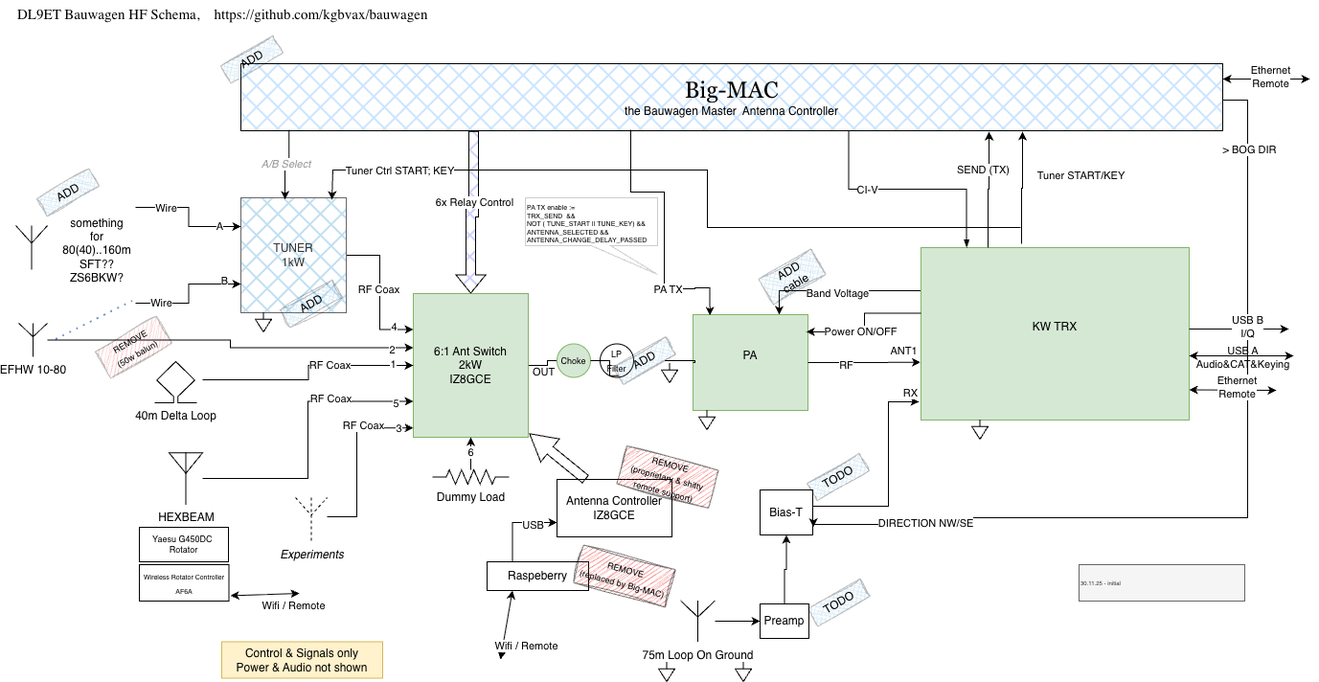
Above: BauwagenHF.drawio.png in kgbvax/bauwagen (draw.io), before the change. Source tidied: cells renumbered, new cells last; positions are measured from the earlier drawing's top-left corner, leaving out a move shared by most shapes.
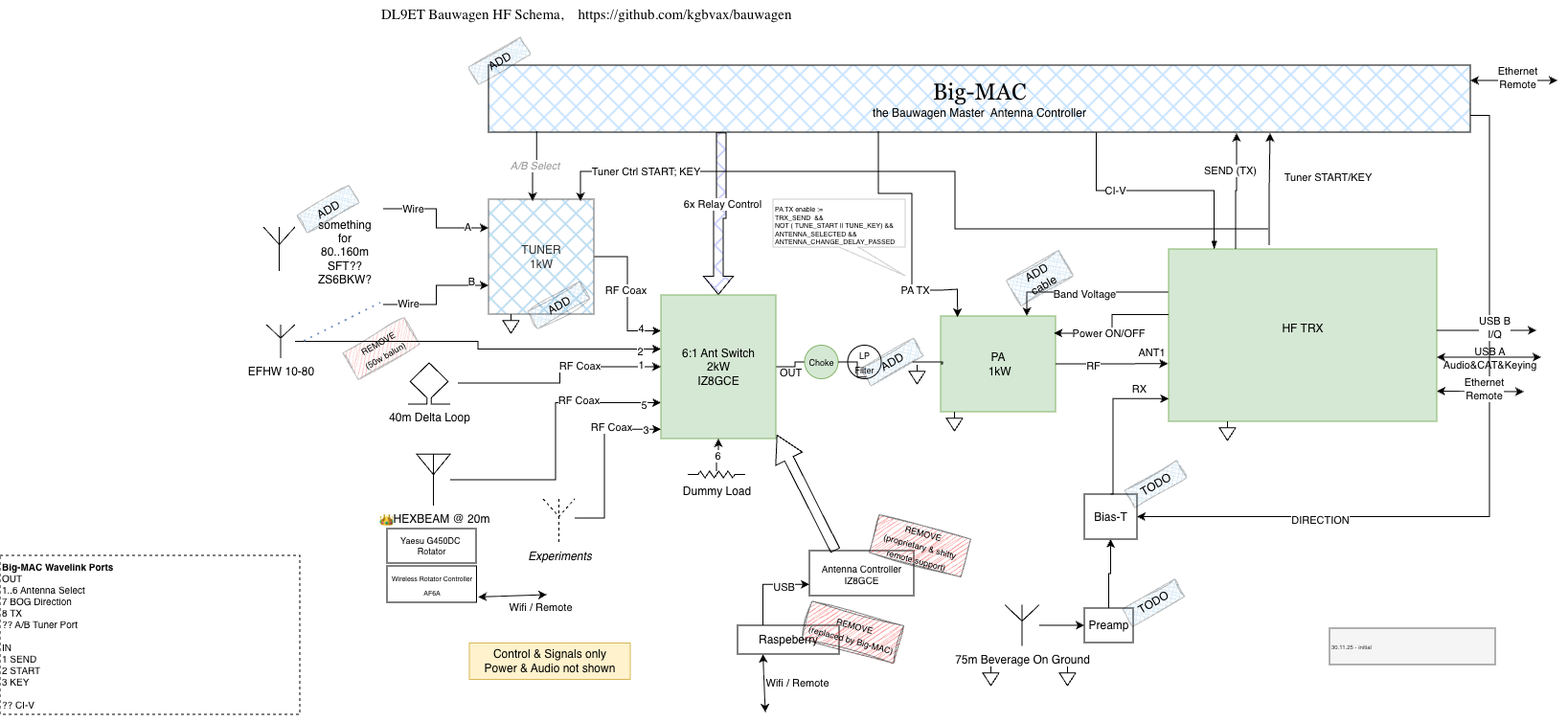
The same file after the commit.

Change to the diagram source:
```diff
@@ -8,7 +8,7 @@
     <mxCell id="3" value="Band Voltage" style="edgeLabel;html=1;align=center;verticalAlign=middle;" parent="2" vertex="1">
       <mxGeometry x="0.02" y="2" relative="1" as="geometry" />
     </mxCell>
-    <mxCell id="4" value="KW TRX&lt;div&gt;&lt;br/&gt;&lt;/div&gt;" style="rounded=0;whiteSpace=wrap;html=1;fillColor=#d5e8d4;strokeColor=#82b366;points=[[0,0,0,0,0],[0,0.25,0,0,0],[0,0.5,0,0,0],[0,0.75,0,0,0],[0,1,0,0,0],[0.17,0,0,0,0],[0.25,0,0,0,0],[0.25,1,0,0,0],[0.33,0,0,0,0],[0.42,0,0,0,0],[0.5,0,0,0,0],[0.5,1,0,0,0],[0.6,0,0,0,0],[0.67,0,0,0,0],[0.75,0,0,0,0],[0.75,1,0,0,0],[1,0,0,0,0],[1,0.25,0,0,0],[1,0.5,0,0,0],[1,0.75,0,0,0],[1,1,0,0,0]];" parent="1" vertex="1">
+    <mxCell id="4" value="HF TRX&lt;div&gt;&lt;br&gt;&lt;/div&gt;" style="rounded=0;whiteSpace=wrap;html=1;fillColor=#d5e8d4;strokeColor=#82b366;points=[[0,0,0,0,0],[0,0.25,0,0,0],[0,0.5,0,0,0],[0,0.75,0,0,0],[0,1,0,0,0],[0.17,0,0,0,0],[0.25,0,0,0,0],[0.25,1,0,0,0],[0.33,0,0,0,0],[0.42,0,0,0,0],[0.5,0,0,0,0],[0.5,1,0,0,0],[0.6,0,0,0,0],[0.67,0,0,0,0],[0.75,0,0,0,0],[0.75,1,0,0,0],[1,0,0,0,0],[1,0.25,0,0,0],[1,0.5,0,0,0],[1,0.75,0,0,0],[1,1,0,0,0]];" parent="1" vertex="1">
       <mxGeometry x="945" y="258" width="280" height="180" as="geometry" />
     </mxCell>
     <mxCell id="5" style="edgeStyle=orthogonalEdgeStyle;rounded=0;jettySize=auto;html=1;entryX=0;entryY=0.5;entryDx=0;entryDy=0;endArrow=none;endFill=0;" parent="1" edge="1" source="7" target="70">
@@ -22,10 +22,16 @@
     <mxCell id="7" value="6:1 Ant Switch&lt;br&gt;2kW&lt;div&gt;IZ8GCE&lt;/div&gt;" style="rounded=0;whiteSpace=wrap;html=1;fillColor=#d5e8d4;strokeColor=#82b366;" parent="1" vertex="1">
       <mxGeometry x="415" y="306" width="120" height="150" as="geometry" />
     </mxCell>
+    <mxCell id="54" style="edgeStyle=orthogonalEdgeStyle;rounded=0;jettySize=auto;html=1;exitX=1;exitY=0.75;exitDx=0;exitDy=0;entryX=1;entryY=0.5;entryDx=0;entryDy=0;" parent="1" edge="1" source="8" target="39">
+      <mxGeometry relative="1" as="geometry" />
+    </mxCell>
+    <mxCell id="113" value="DIRECTION" style="edgeLabel;html=1;align=center;verticalAlign=middle;" parent="54" vertex="1">
+      <mxGeometry x="0.53" y="3" relative="1" as="geometry" />
+    </mxCell>
     <mxCell id="8" value="&lt;font face=&quot;Georgia&quot; style=&quot;font-size: 24px;&quot;&gt;Big-MAC&lt;br&gt;&lt;/font&gt;the Bauwagen Master&amp;nbsp; Antenna Controller" style="rounded=0;whiteSpace=wrap;html=1;fillStyle=cross-hatch;fillColor=#3399FF;" parent="1" vertex="1">
       <mxGeometry x="235" y="66" width="1025" height="70" as="geometry" />
     </mxCell>
-    <mxCell id="9" value="PA&lt;br&gt;&amp;nbsp;" style="rounded=0;whiteSpace=wrap;html=1;fillColor=#d5e8d4;strokeColor=#82b366;" parent="1" vertex="1">
+    <mxCell id="9" value="PA&lt;br&gt;&amp;nbsp;1kW" style="rounded=0;whiteSpace=wrap;html=1;fillColor=#d5e8d4;strokeColor=#82b366;" parent="1" vertex="1">
       <mxGeometry x="707" y="328" width="120" height="100" as="geometry" />
     </mxCell>
     <mxCell id="10" style="edgeStyle=orthogonalEdgeStyle;rounded=0;jettySize=auto;html=1;entryX=0;entryY=0.25;entryDx=0;entryDy=0;" parent="1" edge="1" source="13" target="7">
@@ -66,7 +72,7 @@
     </mxCell>
     <mxCell id="20" style="edgeStyle=orthogonalEdgeStyle;rounded=0;jettySize=auto;html=1;" parent="1" edge="1" target="7">
       <mxGeometry relative="1" as="geometry">
-        <mxPoint x="195" y="396" as="sourcePoint" />
+        <mxPoint x="203" y="398" as="sourcePoint" />
       </mxGeometry>
     </mxCell>
     <mxCell id="21" value="1" style="edgeLabel;html=1;align=center;verticalAlign=middle;" parent="20" vertex="1">
@@ -86,7 +92,7 @@
     <mxCell id="25" value="RF Coax" style="edgeLabel;html=1;align=center;verticalAlign=middle;" parent="23" vertex="1">
       <mxGeometry x="0.43" y="3" relative="1" as="geometry" />
     </mxCell>
-    <mxCell id="26" value="HEXBEAM" style="verticalLabelPosition=bottom;shadow=0;dashed=0;align=center;html=1;verticalAlign=top;shape=mxgraph.electrical.radio.aerial_-_antenna_2;" parent="1" vertex="1">
+    <mxCell id="26" value="&amp;nbsp;👑HEXBEAM @ 20m&amp;nbsp;" style="verticalLabelPosition=bottom;shadow=0;dashed=0;align=center;html=1;verticalAlign=top;shape=mxgraph.electrical.radio.aerial_-_antenna_2;" parent="1" vertex="1">
       <mxGeometry x="160" y="472" width="35" height="54" as="geometry" />
     </mxCell>
     <mxCell id="27" style="edgeStyle=orthogonalEdgeStyle;rounded=0;jettySize=auto;html=1;entryX=-0.002;entryY=0.665;entryDx=0;entryDy=0;entryPerimeter=0;" parent="1" edge="1" source="9" target="4">
@@ -107,40 +113,40 @@
       <mxGeometry x="-0.08" y="-1" relative="1" as="geometry" />
     </mxCell>
     <mxCell id="32" value="Dummy Load" style="verticalLabelPosition=bottom;shadow=0;dashed=0;align=center;html=1;verticalAlign=top;shape=mxgraph.electrical.resistors.resistor_2;" parent="1" vertex="1">
-      <mxGeometry x="435" y="490" width="80" height="15" as="geometry" />
+      <mxGeometry x="443" y="490" width="60" height="7" as="geometry" />
     </mxCell>
-    <mxCell id="33" value="something for 80(40)..160m&lt;div&gt;&lt;div&gt;SFT??&lt;/div&gt;&lt;/div&gt;&lt;div&gt;ZS6BKW?&lt;/div&gt;" style="text;html=1;whiteSpace=wrap;strokeColor=none;fillColor=none;align=center;verticalAlign=middle;rounded=0;" parent="1" vertex="1">
+    <mxCell id="33" value="something for 80..160m&lt;div&gt;&lt;div&gt;SFT??&lt;/div&gt;&lt;/div&gt;&lt;div&gt;ZS6BKW?&lt;/div&gt;" style="text;html=1;whiteSpace=wrap;strokeColor=none;fillColor=none;align=center;verticalAlign=middle;rounded=0;" parent="1" vertex="1">
       <mxGeometry x="55" y="246" width="60" height="30" as="geometry" />
     </mxCell>
     <mxCell id="34" value="40m Delta Loop" style="verticalLabelPosition=bottom;shadow=0;dashed=0;align=center;html=1;verticalAlign=top;shape=mxgraph.electrical.miscellaneous.loop_antenna;" parent="1" vertex="1">
-      <mxGeometry x="145" y="377" width="44" height="43" as="geometry" />
+      <mxGeometry x="151" y="377" width="44" height="43" as="geometry" />
     </mxCell>
     <mxCell id="35" style="edgeStyle=orthogonalEdgeStyle;rounded=0;jettySize=auto;html=1;entryX=0;entryY=0.5;entryDx=0;entryDy=0;" parent="1" edge="1" source="36" target="38">
       <mxGeometry relative="1" as="geometry" />
     </mxCell>
-    <mxCell id="36" value="75m Loop On Ground" style="verticalLabelPosition=bottom;shadow=0;dashed=0;align=center;html=1;verticalAlign=top;shape=mxgraph.electrical.radio.aerial_-_antenna_1;" parent="1" vertex="1">
-      <mxGeometry x="694" y="626.5" width="36" height="43" as="geometry" />
+    <mxCell id="36" value="75m Beverage On Ground" style="verticalLabelPosition=bottom;shadow=0;dashed=0;align=center;html=1;verticalAlign=top;shape=mxgraph.electrical.radio.aerial_-_antenna_1;" parent="1" vertex="1">
+      <mxGeometry x="774" y="629.5" width="36" height="43" as="geometry" />
     </mxCell>
     <mxCell id="37" style="edgeStyle=orthogonalEdgeStyle;rounded=0;jettySize=auto;html=1;" parent="1" edge="1" source="38" target="39">
       <mxGeometry relative="1" as="geometry" />
     </mxCell>
     <mxCell id="38" value="Preamp" style="rounded=0;whiteSpace=wrap;html=1;" parent="1" vertex="1">
-      <mxGeometry x="777" y="630" width="51" height="36" as="geometry" />
+      <mxGeometry x="857" y="633" width="51" height="36" as="geometry" />
     </mxCell>
     <mxCell id="39" value="Bias-T" style="rounded=0;whiteSpace=wrap;html=1;" parent="1" vertex="1">
-      <mxGeometry x="777" y="511" width="55" height="47" as="geometry" />
+      <mxGeometry x="857" y="514" width="55" height="47" as="geometry" />
     </mxCell>
-    <mxCell id="40" style="edgeStyle=orthogonalEdgeStyle;rounded=0;jettySize=auto;html=1;entryX=-0.007;entryY=0.894;entryDx=0;entryDy=0;entryPerimeter=0;" parent="1" edge="1" source="39" target="4">
+    <mxCell id="40" style="edgeStyle=orthogonalEdgeStyle;rounded=0;jettySize=auto;html=1;entryX=0.001;entryY=0.868;entryDx=0;entryDy=0;entryPerimeter=0;exitX=0.5;exitY=0;exitDx=0;exitDy=0;" parent="1" edge="1" source="39" target="4">
       <mxGeometry relative="1" as="geometry">
         <Array as="points">
-          <mxPoint x="911" y="528" />
-          <mxPoint x="911" y="419" />
+          <mxPoint x="887" y="514" />
+          <mxPoint x="887" y="414" />
         </Array>
       </mxGeometry>
     </mxCell>
     <mxCell id="41" value="RX" style="edgeLabel;html=1;align=center;verticalAlign=middle;" parent="40" vertex="1">
       <mxGeometry x="0.51" y="-3" relative="1" as="geometry">
-        <mxPoint x="19" y="-32" as="offset" />
+        <mxPoint x="8" y="-13" as="offset" />
       </mxGeometry>
     </mxCell>
     <mxCell id="42" style="ellipse;whiteSpace=wrap;html=1;align=center;fillColor=none;strokeColor=none;perimeter=centerPerimeter;" parent="1" vertex="1">
@@ -193,30 +199,6 @@
     <mxCell id="53" value="A/B Select" style="endArrow=classic;html=1;rounded=0;exitX=0.049;exitY=0.986;exitDx=0;exitDy=0;exitPerimeter=0;entryX=0.419;entryY=0.016;entryDx=0;entryDy=0;entryPerimeter=0;edgeStyle=orthogonalEdgeStyle;fontStyle=2;fontColor=light-dark(#949494, #ededed);" parent="1" edge="1" source="8" target="13">
       <mxGeometry relative="1" as="geometry" />
     </mxCell>
-    <mxCell id="54" style="endArrow=classic;html=1;rounded=0;edgeStyle=orthogonalEdgeStyle;entryX=1.011;entryY=0.823;entryDx=0;entryDy=0;entryPerimeter=0;" parent="1" edge="1" source="8" target="39">
-      <mxGeometry relative="1" as="geometry">
-        <Array as="points">
-          <mxPoint x="1286" y="104" />
-          <mxPoint x="1286" y="540" />
-          <mxPoint x="966" y="540" />
-          <mxPoint x="966" y="547" />
-          <mxPoint x="965" y="547" />
-          <mxPoint x="965" y="550" />
-          <mxPoint x="913" y="550" />
-          <mxPoint x="913" y="552" />
-          <mxPoint x="972" y="552" />
-          <mxPoint x="972" y="547" />
-        </Array>
-      </mxGeometry>
-    </mxCell>
-    <mxCell id="55" value="DIRECTION NW/SE" style="edgeLabel;html=1;align=center;verticalAlign=middle;" parent="54" vertex="1">
-      <mxGeometry x="0.77" y="-2" relative="1" as="geometry" />
-    </mxCell>
-    <mxCell id="56" value="&amp;gt; BOG DIR" style="edgeLabel;html=1;align=center;verticalAlign=middle;" parent="54" vertex="1">
-      <mxGeometry x="-0.88" relative="1" as="geometry">
-        <mxPoint x="1" y="14" as="offset" />
-      </mxGeometry>
-    </mxCell>
     <mxCell id="57" style="endArrow=classic;html=1;rounded=0;exitX=0;exitY=0.381;exitDx=0;exitDy=0;exitPerimeter=0;entryX=0.985;entryY=0.179;entryDx=0;entryDy=0;entryPerimeter=0;edgeStyle=orthogonalEdgeStyle;" parent="1" edge="1" source="4" target="9">
       <mxGeometry relative="1" as="geometry" />
     </mxCell>
@@ -359,25 +341,25 @@
       <mxGeometry x="998" y="438" width="17" height="20" as="geometry" />
     </mxCell>
     <mxCell id="90" style="verticalLabelPosition=bottom;shadow=0;dashed=0;align=center;html=1;verticalAlign=top;shape=mxgraph.electrical.signal_sources.signal_ground;" parent="1" vertex="1">
-      <mxGeometry x="671" y="691" width="17" height="20" as="geometry" />
+      <mxGeometry x="751" y="694" width="17" height="20" as="geometry" />
     </mxCell>
     <mxCell id="91" style="verticalLabelPosition=bottom;shadow=0;dashed=0;align=center;html=1;verticalAlign=top;shape=mxgraph.electrical.signal_sources.signal_ground;" parent="1" vertex="1">
-      <mxGeometry x="751" y="691" width="17" height="20" as="geometry" />
+      <mxGeometry x="831" y="694" width="17" height="20" as="geometry" />
     </mxCell>
     <mxCell id="92" style="verticalLabelPosition=bottom;shadow=0;dashed=0;align=center;html=1;verticalAlign=top;shape=mxgraph.electrical.signal_sources.signal_ground;" parent="1" vertex="1">
       <mxGeometry x="250" y="326" width="17" height="20" as="geometry" />
     </mxCell>
     <mxCell id="93" value="DL9ET Bauwagen HF Schema,&amp;nbsp; &amp;nbsp; https://github.com/kgbvax/bauwagen" style="text;html=1;whiteSpace=wrap;strokeColor=none;fillColor=none;align=left;verticalAlign=middle;rounded=0;fontSize=15;fontFamily=Garamond;" parent="1" vertex="1">
-      <mxGeometry width="877" height="30" as="geometry" />
+      <mxGeometry x="121" y="-2" width="877" height="30" as="geometry" />
     </mxCell>
     <mxCell id="94" value="ADD" style="text;html=1;whiteSpace=wrap;strokeColor=default;fillColor=light-dark(#60a5d9, #ededed);align=center;verticalAlign=middle;rounded=0;rotation=-30;fillStyle=cross-hatch;sketch=1;curveFitting=1;jiggle=2;opacity=25;" parent="1" vertex="1">
-      <mxGeometry x="23" y="190" width="63" height="21" as="geometry" />
+      <mxGeometry x="36" y="206" width="63" height="21" as="geometry" />
     </mxCell>
     <mxCell id="95" value="TODO" style="text;html=1;whiteSpace=wrap;strokeColor=default;fillColor=light-dark(#60a5d9, #ededed);align=center;verticalAlign=middle;rounded=0;rotation=-30;fillStyle=cross-hatch;sketch=1;curveFitting=1;jiggle=2;opacity=25;" parent="1" vertex="1">
-      <mxGeometry x="828" y="618" width="63" height="21" as="geometry" />
+      <mxGeometry x="898" y="617" width="63" height="21" as="geometry" />
     </mxCell>
     <mxCell id="96" value="TODO" style="text;html=1;whiteSpace=wrap;strokeColor=default;fillColor=light-dark(#60a5d9, #ededed);align=center;verticalAlign=middle;rounded=0;rotation=-30;fillStyle=cross-hatch;sketch=1;curveFitting=1;jiggle=2;opacity=25;" parent="1" vertex="1">
-      <mxGeometry x="827" y="487" width="63" height="21" as="geometry" />
+      <mxGeometry x="900" y="493" width="63" height="21" as="geometry" />
     </mxCell>
     <mxCell id="97" value="&lt;span style=&quot;font-size: 7px;&quot;&gt;PA TX enable :=&lt;/span&gt;&lt;div style=&quot;font-size: 7px;&quot;&gt;TRX_SEND&amp;nbsp; &amp;amp;&amp;amp;&lt;br&gt;NOT ( TUNE_START || TUNE_KEY) &amp;amp;&amp;amp;&lt;br&gt;ANTENNA_SELECTED &amp;amp;&amp;amp;&lt;br&gt;ANTENNA_CHANGE_DELAY_PASSED&lt;/div&gt;" style="shape=callout;whiteSpace=wrap;html=1;perimeter=calloutPerimeter;position2=1;strokeColor=#CDCDCD;align=left;" parent="1" vertex="1">
       <mxGeometry x="532" y="206" width="138" height="80" as="geometry" />
@@ -389,7 +371,7 @@
       <mxGeometry x="779" y="273" width="63" height="31" as="geometry" />
     </mxCell>
     <mxCell id="100" value="30.11.25 - initial" style="rounded=0;whiteSpace=wrap;html=1;align=left;fontSize=6;fillColor=#f5f5f5;fontColor=#333333;strokeColor=#666666;" parent="1" vertex="1">
-      <mxGeometry x="1110" y="589" width="173" height="38" as="geometry" />
+      <mxGeometry x="1113" y="654" width="173" height="38" as="geometry" />
     </mxCell>
     <mxCell id="101" style="endArrow=none;dashed=1;html=1;dashPattern=1 3;strokeWidth=2;rounded=0;fillColor=#dae8fc;strokeColor=#6c8ebf;" parent="1" edge="1">
       <mxGeometry relative="1" as="geometry">
@@ -403,8 +385,8 @@
     <mxCell id="103" value="ADD" style="text;html=1;whiteSpace=wrap;strokeColor=default;fillColor=light-dark(#60a5d9, #ededed);align=center;verticalAlign=middle;rounded=0;rotation=-30;fillStyle=cross-hatch;sketch=1;curveFitting=1;jiggle=2;opacity=25;" parent="1" vertex="1">
       <mxGeometry x="625" y="365.5" width="63" height="21" as="geometry" />
     </mxCell>
-    <mxCell id="104" value="Antenna Controller&lt;br&gt;IZ8GCE" style="rounded=0;whiteSpace=wrap;html=1;" parent="1" vertex="1">
-      <mxGeometry x="565" y="500" width="120" height="60" as="geometry" />
+    <mxCell id="104" value="Antenna Controller&lt;br&gt;IZ8GCE" style="rounded=0;whiteSpace=wrap;html=1;fontSize=10;" parent="1" vertex="1">
+      <mxGeometry x="570" y="573" width="109" height="47" as="geometry" />
     </mxCell>
     <mxCell id="105" style="shape=flexArrow;endArrow=classic;html=1;rounded=0;width=10;endSize=8.86;exitX=0.25;exitY=0;exitDx=0;exitDy=0;" parent="1" edge="1" source="104">
       <mxGeometry relative="1" as="geometry">
@@ -412,7 +394,7 @@
       </mxGeometry>
     </mxCell>
     <mxCell id="106" value="&lt;font style=&quot;font-size: 9px;&quot;&gt;REMOVE&lt;br&gt;(proprietary &amp;amp; shitty remote support)&lt;/font&gt;" style="text;html=1;whiteSpace=wrap;strokeColor=default;fillColor=light-dark(#F02828,#EDEDED);align=center;verticalAlign=middle;rounded=0;rotation=15;fillStyle=hatch;sketch=1;curveFitting=1;jiggle=2;opacity=50;" parent="1" vertex="1">
-      <mxGeometry x="631" y="477.1" width="99" height="40.8" as="geometry" />
+      <mxGeometry x="636" y="547.6" width="99" height="40.8" as="geometry" />
     </mxCell>
     <mxCell id="107" style="edgeStyle=orthogonalEdgeStyle;rounded=0;jettySize=auto;html=1;exitX=0.25;exitY=0;exitDx=0;exitDy=0;entryX=0;entryY=0.75;entryDx=0;entryDy=0;" parent="1" edge="1" source="109" target="104">
       <mxGeometry relative="1" as="geometry" />
@@ -421,20 +403,23 @@
       <mxGeometry x="0.41" y="-2" relative="1" as="geometry" />
     </mxCell>
     <mxCell id="109" value="Raspeberry" style="rounded=0;whiteSpace=wrap;html=1;" parent="1" vertex="1">
-      <mxGeometry x="492" y="586" width="106" height="30" as="geometry" />
+      <mxGeometry x="495" y="651" width="106" height="30" as="geometry" />
     </mxCell>
     <mxCell id="110" style="endArrow=classic;startArrow=classic;html=1;rounded=0;exitX=0.25;exitY=1;exitDx=0;exitDy=0;" parent="1" edge="1" source="109">
       <mxGeometry relative="1" as="geometry">
-        <mxPoint x="506" y="688" as="targetPoint" />
+        <mxPoint x="524" y="742" as="targetPoint" />
       </mxGeometry>
     </mxCell>
     <mxCell id="111" value="Wifi / Remote" style="edgeLabel;html=1;align=center;verticalAlign=middle;" parent="110" vertex="1">
       <mxGeometry x="0.22" y="1" relative="1" as="geometry">
-        <mxPoint x="21" y="13" as="offset" />
+        <mxPoint x="33" y="-7" as="offset" />
       </mxGeometry>
     </mxCell>
     <mxCell id="112" value="&lt;font style=&quot;font-size: 9px;&quot;&gt;REMOVE&lt;br&gt;(replaced by Big-MAC)&lt;/font&gt;" style="text;html=1;whiteSpace=wrap;strokeColor=default;fillColor=light-dark(#F02828,#EDEDED);align=center;verticalAlign=middle;rounded=0;rotation=15;fillStyle=hatch;sketch=1;curveFitting=1;jiggle=2;opacity=50;" parent="1" vertex="1">
-      <mxGeometry x="586" y="580.6" width="99" height="40.8" as="geometry" />
+      <mxGeometry x="566" y="638" width="99" height="40.8" as="geometry" />
     </mxCell>
+    <mxCell id="114" value="&lt;b&gt;Big-MAC Wavelink Ports&lt;/b&gt;&lt;div&gt;&lt;span style=&quot;background-color: transparent; color: light-dark(rgb(0, 0, 0), rgb(255, 255, 255));&quot;&gt;OUT&lt;/span&gt;&lt;/div&gt;&lt;div&gt;&lt;span style=&quot;background-color: transparent; color: light-dark(rgb(0, 0, 0), rgb(255, 255, 255));&quot;&gt;1..6 Antenna Select&lt;/span&gt;&lt;/div&gt;&lt;div&gt;7 BOG Direction&lt;/div&gt;&lt;div&gt;8 TX&lt;/div&gt;&lt;div&gt;?? A/B Tuner Port&lt;/div&gt;&lt;div&gt;&lt;br&gt;IN&lt;/div&gt;&lt;div&gt;1 SEND&lt;/div&gt;&lt;div&gt;2 START&lt;/div&gt;&lt;div&gt;3 KEY&lt;/div&gt;&lt;div&gt;&lt;br&gt;&lt;/div&gt;&lt;div&gt;?? CI-V&lt;/div&gt;" style="rounded=0;whiteSpace=wrap;html=1;align=left;fontSize=10;dashed=1;" parent="1" vertex="1">
+      <mxGeometry x="-275" y="578" width="313" height="166" as="geometry" />
+    </mxCell>
   </root>
 </mxGraphModel>
```
